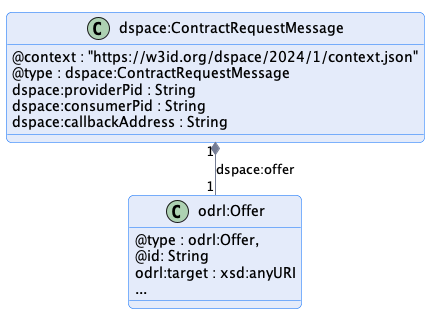
Before: specifications/negotiation/message/diagram/contract-request-message.png, a diagram exported from PlantUML (eclipse-dataspace-protocol-base/DataspaceProtocol).
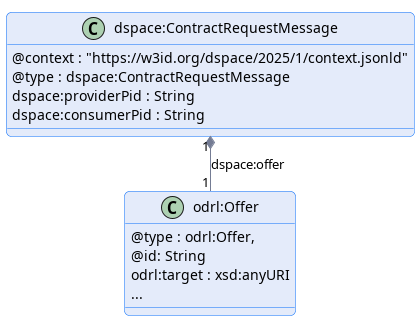
After the commit.

What changed in the source:
```diff
@@ -7,11 +7,10 @@
 
 
 class "dspace:ContractRequestMessage" {
-    @context : "https://w3id.org/dspace/2024/1/context.json"
+    @context : "https://w3id.org/dspace/2025/1/context.jsonld"
     @type : dspace:ContractRequestMessage
     dspace:providerPid : String
     dspace:consumerPid : String
-    dspace:callbackAddress : String
 }
 
 class odrl:Offer {
```
